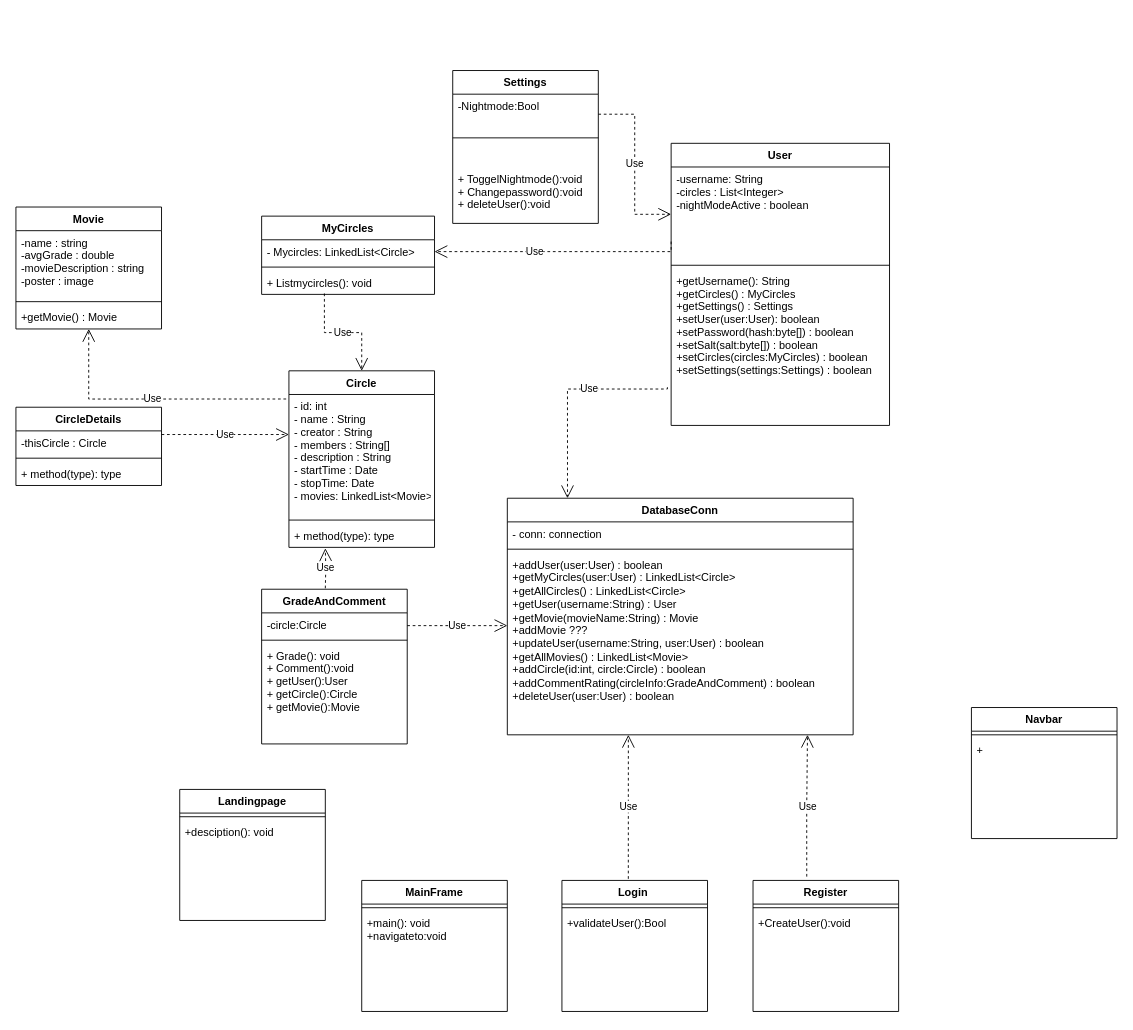
Earlier version of the draw.io diagram Diagrams/UML.drawio (johanbergfalk/DAT055_circles). Source tidied: cells renumbered, new cells numbered last; positions are measured from the earlier drawing's top-left corner, leaving out a move shared by most shapes. Both pictures are drawn from the tidied source at 91%, with x=0, y=0 at pixel (15, 70).
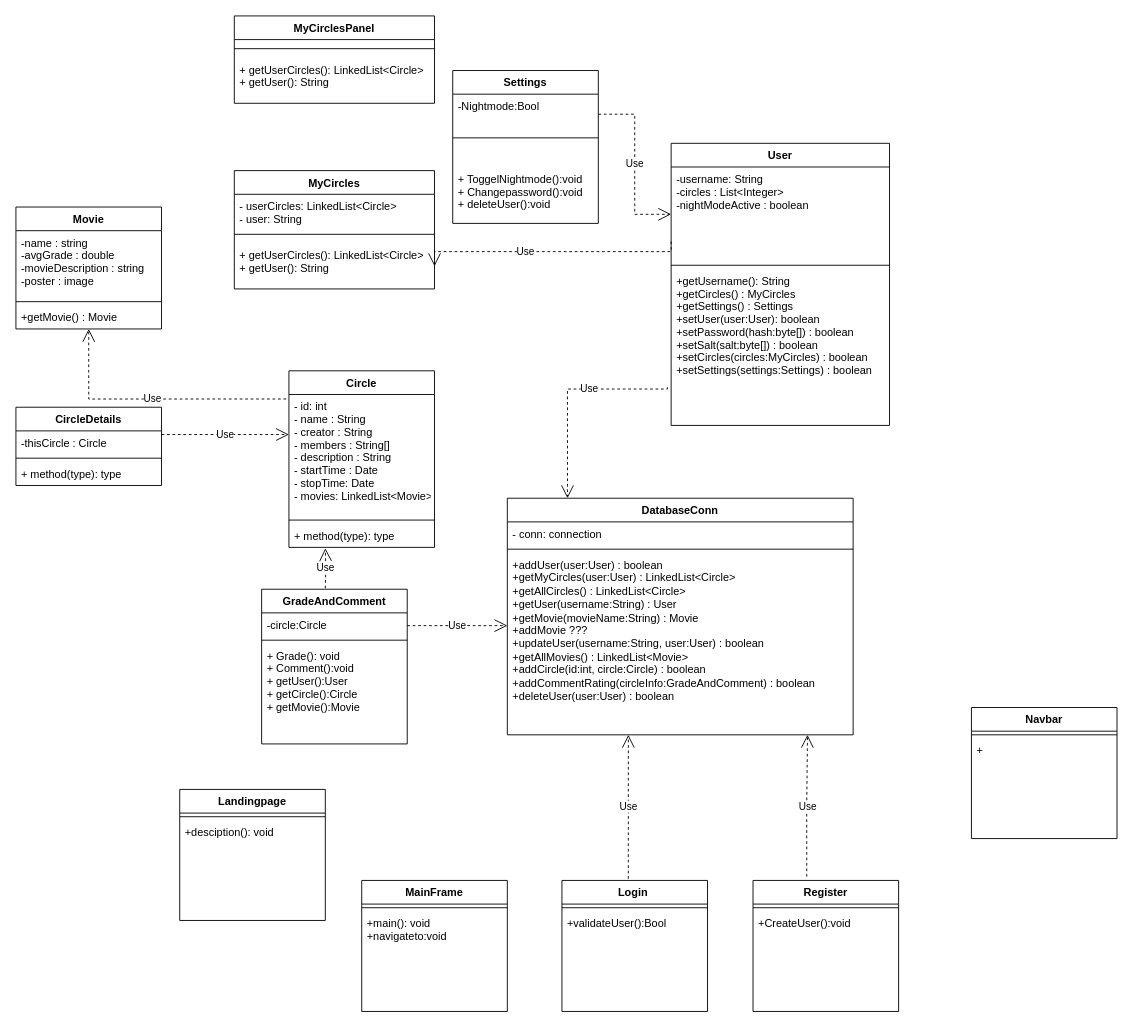
The same page after the edit.

The change refers to these unchanged cells:
```xml
<mxCell id="6" value="Circle" style="swimlane;fontStyle=1;align=center;verticalAlign=top;horizontal=1;startSize=26;" parent="1" vertex="1">
  <mxGeometry x="300" y="330" width="160" height="194" as="geometry" />
</mxCell>
<mxCell id="32" value="-username: String&#10;-circles : List&lt;Integer&gt;&#10;-nightModeActive : boolean" style="text;strokeColor=none;fillColor=none;align=left;verticalAlign=top;spacingLeft=4;spacingRight=4;overflow=hidden;points=[[0,0.5],[1,0.5]];portConstraint=eastwest;whiteSpace=wrap;" parent="31" vertex="1">
  <mxGeometry y="26" width="240" height="104" as="geometry" />
</mxCell>
```

Diff of the diagram source:
```diff
@@
     <mxCell id="10" value="MyCircles" style="swimlane;fontStyle=1;align=center;verticalAlign=top;horizontal=1;startSize=26;" parent="1" vertex="1">
-      <mxGeometry x="270" y="160" width="190" height="86" as="geometry" />
+      <mxGeometry x="240" y="110" width="220" height="130" as="geometry" />
     </mxCell>
-    <mxCell id="11" value="- Mycircles: LinkedList&lt;Circle&gt; " style="text;strokeColor=none;fillColor=none;align=left;verticalAlign=top;spacingLeft=4;spacingRight=4;overflow=hidden;points=[[0,0.5],[1,0.5]];portConstraint=eastwest;" parent="10" vertex="1">
-      <mxGeometry y="26" width="190" height="26" as="geometry" />
+    <mxCell id="11" value="- userCircles: LinkedList&lt;Circle&gt; &#10;- user: String&#10;" style="text;strokeColor=none;fillColor=none;align=left;verticalAlign=top;spacingLeft=4;spacingRight=4;overflow=hidden;points=[[0,0.5],[1,0.5]];portConstraint=eastwest;" parent="10" vertex="1">
+      <mxGeometry y="26" width="220" height="34" as="geometry" />
     </mxCell>
     <mxCell id="12" style="line;strokeWidth=1;fillColor=none;align=left;verticalAlign=middle;spacingTop=-1;spacingLeft=3;spacingRight=3;labelPosition=right;" parent="10" vertex="1">
-      <mxGeometry y="52" width="190" height="8" as="geometry" />
+      <mxGeometry y="60" width="220" height="20" as="geometry" />
     </mxCell>
-    <mxCell id="13" value="+ Listmycircles(): void" style="text;strokeColor=none;fillColor=none;align=left;verticalAlign=top;spacingLeft=4;spacingRight=4;overflow=hidden;points=[[0,0.5],[1,0.5]];portConstraint=eastwest;" parent="10" vertex="1">
-      <mxGeometry y="60" width="190" height="26" as="geometry" />
+    <mxCell id="13" value="+ getUserCircles(): LinkedList&lt;Circle&gt;&#10;+ getUser(): String" style="text;strokeColor=none;fillColor=none;align=left;verticalAlign=top;spacingLeft=4;spacingRight=4;overflow=hidden;points=[[0,0.5],[1,0.5]];portConstraint=eastwest;" parent="10" vertex="1">
+      <mxGeometry y="80" width="220" height="50" as="geometry" />
     </mxCell>
@@
-    <mxCell id="37" value="Use" style="endArrow=open;endSize=12;dashed=1;html=1;rounded=0;edgeStyle=orthogonalEdgeStyle;exitX=0;exitY=0.788;exitDx=0;exitDy=0;exitPerimeter=0;entryX=1;entryY=0.5;entryDx=0;entryDy=0;" parent="1" edge="1" source="32" target="11">
+    <mxCell id="37" value="Use" style="endArrow=open;endSize=12;dashed=1;html=1;rounded=0;edgeStyle=orthogonalEdgeStyle;exitX=0;exitY=0.788;exitDx=0;exitDy=0;exitPerimeter=0;entryX=1;entryY=0.5;entryDx=0;entryDy=0;" parent="1" edge="1" source="32" target="13">
       <mxGeometry x="0.19" relative="1" as="geometry">
         <Array as="points">
           <mxPoint x="720" y="199" />
+          <mxPoint x="460" y="199" />
         </Array>
       </mxGeometry>
     </mxCell>
-    <mxCell id="38" value="Use" style="endArrow=open;endSize=12;dashed=1;html=1;rounded=0;edgeStyle=orthogonalEdgeStyle;entryX=0.5;entryY=0;entryDx=0;entryDy=0;exitX=0.363;exitY=0.962;exitDx=0;exitDy=0;exitPerimeter=0;" parent="1" edge="1" source="13" target="6">
-      <mxGeometry relative="1" as="geometry" />
-    </mxCell>
@@
+    <mxCell id="59" value="MyCirclesPanel" style="swimlane;fontStyle=1;align=center;verticalAlign=top;horizontal=1;startSize=26;" parent="1" vertex="1">
+      <mxGeometry x="240" y="-60" width="220" height="96" as="geometry" />
+    </mxCell>
+    <mxCell id="60" style="line;strokeWidth=1;fillColor=none;align=left;verticalAlign=middle;spacingTop=-1;spacingLeft=3;spacingRight=3;labelPosition=right;" parent="59" vertex="1">
+      <mxGeometry y="26" width="220" height="20" as="geometry" />
+    </mxCell>
+    <mxCell id="61" value="+ getUserCircles(): LinkedList&lt;Circle&gt;&#10;+ getUser(): String" style="text;strokeColor=none;fillColor=none;align=left;verticalAlign=top;spacingLeft=4;spacingRight=4;overflow=hidden;" parent="59" vertex="1">
+      <mxGeometry y="46" width="220" height="50" as="geometry" />
+    </mxCell>
```
